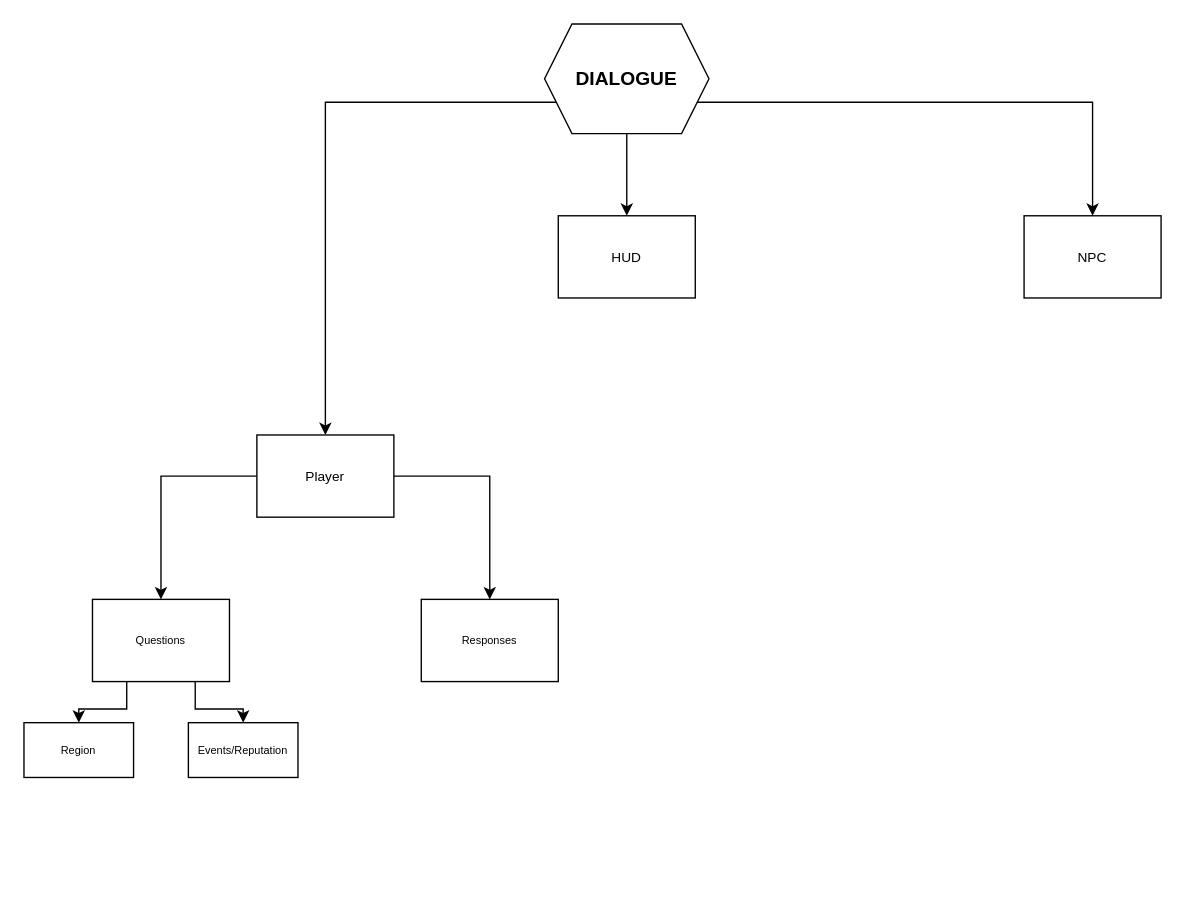
The draw.io diagram Notes/Charts/Dialogue.drawio in ChrisGlenn/Taelus, before the edit. Source tidied: cells renumbered, new cells numbered last; positions are measured from the earlier drawing's top-left corner, leaving out a move shared by most shapes. Both pictures are drawn from the tidied source at 137%, with x=0, y=0 at pixel (23, 23).
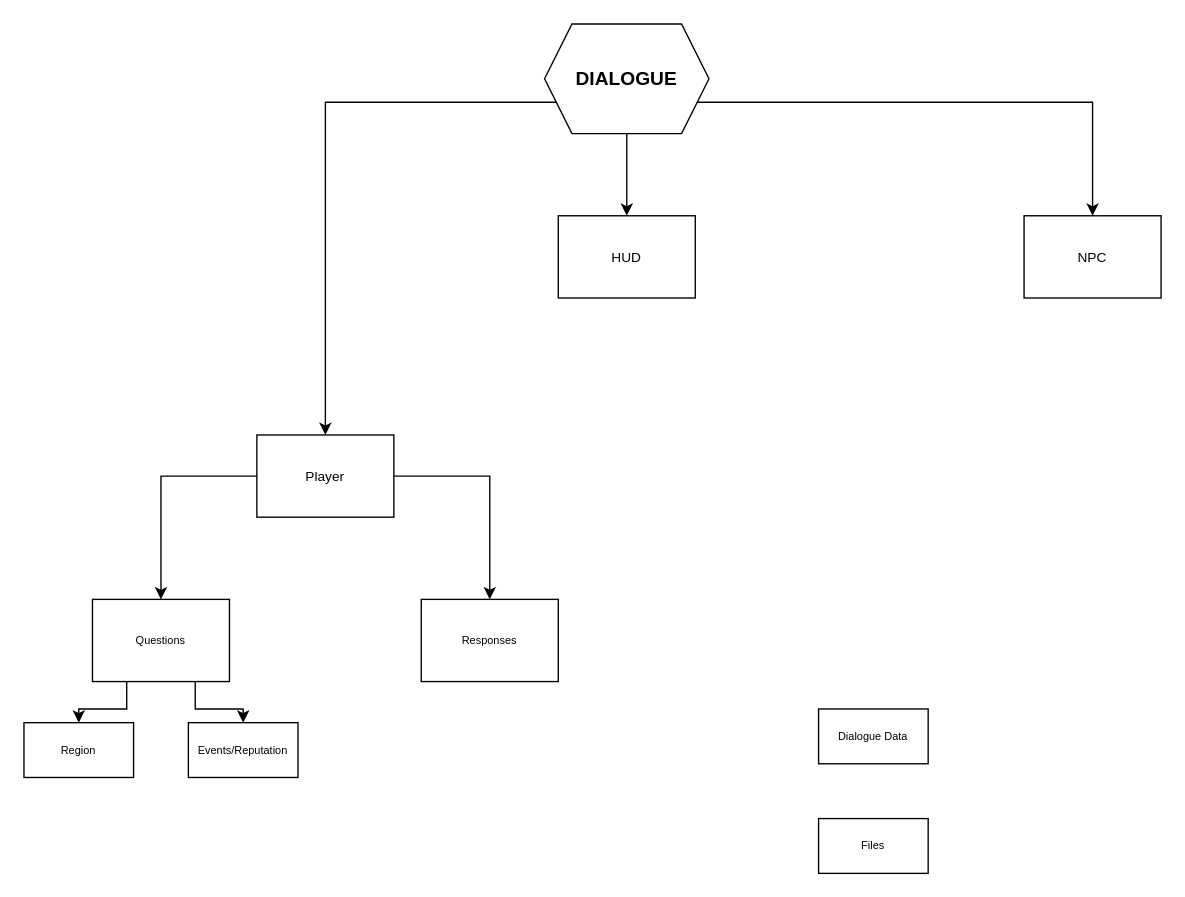
The same page after the edit.

What changed in the source:
```diff
@@
 <mxGraphModel>
   <root>
     <mxCell id="0" />
     <mxCell id="1" parent="0" />
     <mxCell id="2" style="edgeStyle=orthogonalEdgeStyle;rounded=0;jettySize=auto;html=1;exitX=0;exitY=0.75;exitDx=0;exitDy=0;" parent="1" edge="1" source="5" target="8">
       <mxGeometry relative="1" as="geometry" />
     </mxCell>
     <mxCell id="3" style="edgeStyle=orthogonalEdgeStyle;rounded=0;jettySize=auto;html=1;exitX=1;exitY=0.75;exitDx=0;exitDy=0;entryX=0.5;entryY=0;entryDx=0;entryDy=0;" parent="1" edge="1" source="5" target="9">
       <mxGeometry relative="1" as="geometry" />
     </mxCell>
     <mxCell id="4" style="edgeStyle=orthogonalEdgeStyle;rounded=0;jettySize=auto;html=1;exitX=0.5;exitY=1;exitDx=0;exitDy=0;entryX=0.5;entryY=0;entryDx=0;entryDy=0;" parent="1" edge="1" source="5" target="10">
       <mxGeometry relative="1" as="geometry" />
     </mxCell>
     <mxCell id="5" value="DIALOGUE" style="shape=hexagon;perimeter=hexagonPerimeter2;whiteSpace=wrap;html=1;fixedSize=1;fontSize=14;fontStyle=1;" parent="1" vertex="1">
       <mxGeometry x="380" width="120" height="80" as="geometry" />
     </mxCell>
     <mxCell id="6" style="edgeStyle=orthogonalEdgeStyle;rounded=0;jettySize=auto;html=1;exitX=0;exitY=0.5;exitDx=0;exitDy=0;entryX=0.5;entryY=0;entryDx=0;entryDy=0;" parent="1" edge="1" source="8" target="13">
       <mxGeometry relative="1" as="geometry" />
     </mxCell>
     <mxCell id="7" style="edgeStyle=orthogonalEdgeStyle;rounded=0;jettySize=auto;html=1;exitX=1;exitY=0.5;exitDx=0;exitDy=0;entryX=0.5;entryY=0;entryDx=0;entryDy=0;" parent="1" edge="1" source="8" target="14">
       <mxGeometry relative="1" as="geometry" />
     </mxCell>
     <mxCell id="8" value="Player" style="rounded=0;whiteSpace=wrap;html=1;fontSize=10;" parent="1" vertex="1">
       <mxGeometry x="170" y="300" width="100" height="60" as="geometry" />
     </mxCell>
     <mxCell id="9" value="NPC" style="rounded=0;whiteSpace=wrap;html=1;fontSize=10;" parent="1" vertex="1">
       <mxGeometry x="730" y="140" width="100" height="60" as="geometry" />
     </mxCell>
     <mxCell id="10" value="HUD" style="rounded=0;whiteSpace=wrap;html=1;fontSize=10;" parent="1" vertex="1">
       <mxGeometry x="390" y="140" width="100" height="60" as="geometry" />
     </mxCell>
     <mxCell id="11" style="edgeStyle=orthogonalEdgeStyle;rounded=0;jettySize=auto;html=1;exitX=0.25;exitY=1;exitDx=0;exitDy=0;entryX=0.5;entryY=0;entryDx=0;entryDy=0;" parent="1" edge="1" source="13" target="15">
       <mxGeometry relative="1" as="geometry" />
     </mxCell>
     <mxCell id="12" style="edgeStyle=orthogonalEdgeStyle;rounded=0;jettySize=auto;html=1;exitX=0.75;exitY=1;exitDx=0;exitDy=0;entryX=0.5;entryY=0;entryDx=0;entryDy=0;" parent="1" edge="1" source="13" target="16">
       <mxGeometry relative="1" as="geometry" />
     </mxCell>
     <mxCell id="13" value="Questions" style="rounded=0;whiteSpace=wrap;html=1;fontSize=8;" parent="1" vertex="1">
       <mxGeometry x="50" y="420" width="100" height="60" as="geometry" />
     </mxCell>
     <mxCell id="14" value="Responses" style="rounded=0;whiteSpace=wrap;html=1;fontSize=8;" parent="1" vertex="1">
       <mxGeometry x="290" y="420" width="100" height="60" as="geometry" />
     </mxCell>
     <mxCell id="15" value="Region" style="rounded=0;whiteSpace=wrap;html=1;fontSize=8;" parent="1" vertex="1">
       <mxGeometry y="510" width="80" height="40" as="geometry" />
     </mxCell>
     <mxCell id="16" value="Events/Reputation" style="rounded=0;whiteSpace=wrap;html=1;fontSize=8;" parent="1" vertex="1">
       <mxGeometry x="120" y="510" width="80" height="40" as="geometry" />
     </mxCell>
+    <mxCell id="17" value="Dialogue Data" style="rounded=0;whiteSpace=wrap;html=1;fontSize=8;" parent="1" vertex="1">
+      <mxGeometry x="580" y="500" width="80" height="40" as="geometry" />
+    </mxCell>
+    <mxCell id="18" value="Files" style="rounded=0;whiteSpace=wrap;html=1;fontSize=8;" parent="1" vertex="1">
+      <mxGeometry x="580" y="580" width="80" height="40" as="geometry" />
+    </mxCell>
   </root>
 </mxGraphModel>
```
